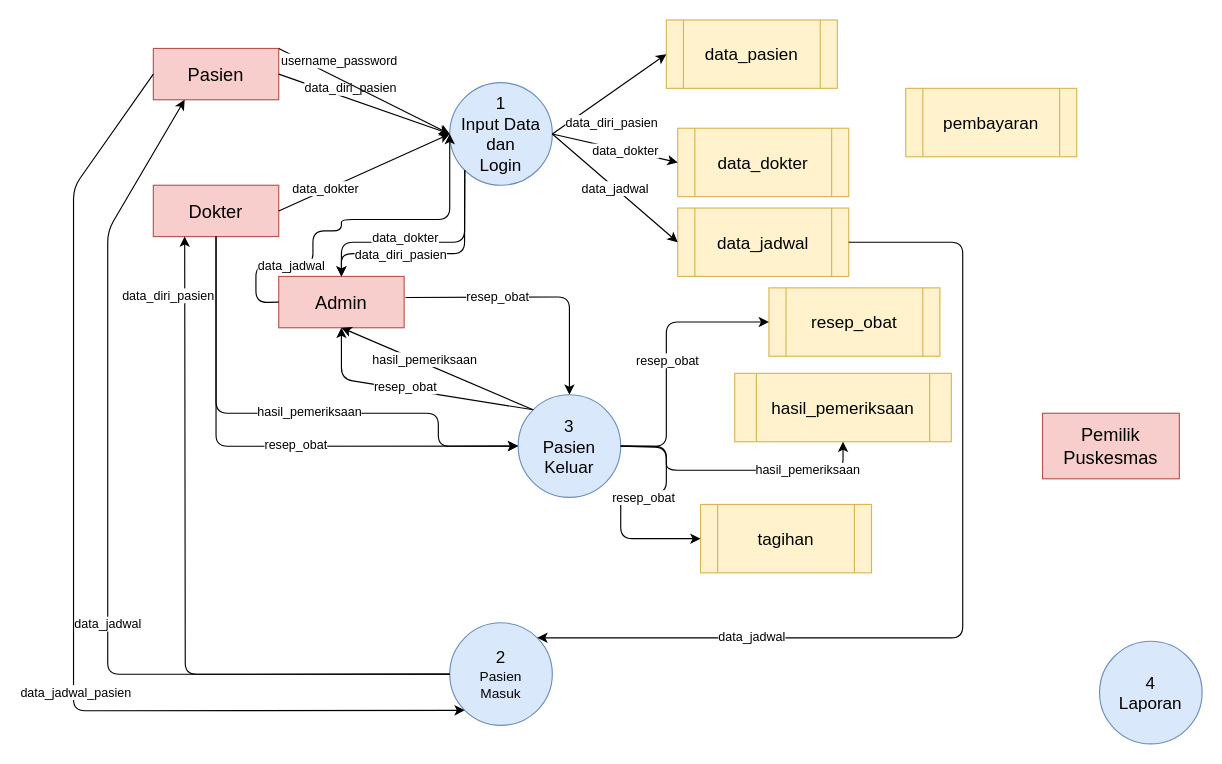
Above: Sistem Informasi Puskesmas/DFD Level 0(drawio).drawio in rshby/Belajar_Sertifikasi_System_Analist (draw.io), before the change. Source tidied: cells renumbered, new cells numbered last; positions are measured from the earlier drawing's top-left corner, leaving out a move shared by most shapes. Both pictures are drawn from the tidied source at 114%, with x=0, y=0 at pixel (73, 19).
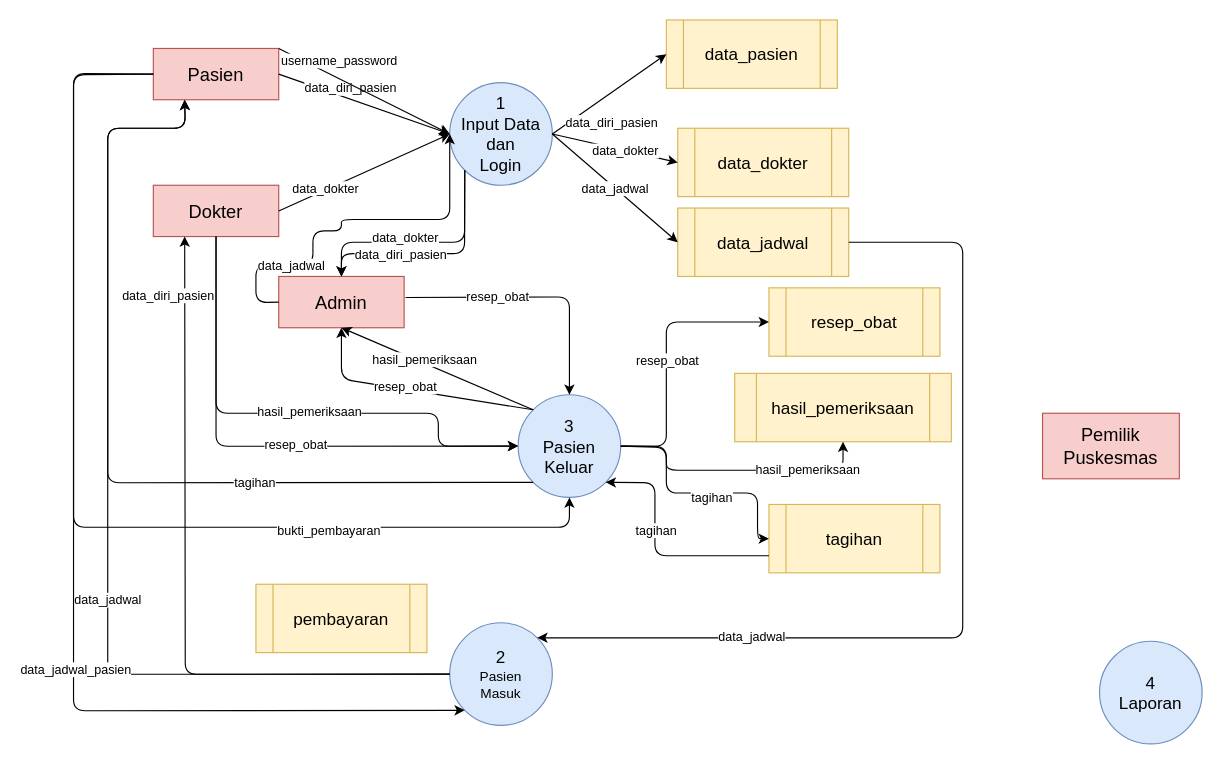
The same diagram, later.

The change refers to these unchanged cells:
```xml
<mxCell id="3" value="&lt;span style=&quot;font-size: 15px&quot;&gt;2&lt;br&gt;&lt;/span&gt;Pasien&lt;br&gt;Masuk" style="ellipse;whiteSpace=wrap;html=1;fillColor=#dae8fc;strokeColor=#6c8ebf;" parent="1" vertex="1">
  <mxGeometry x="330" y="528.8" width="90" height="90" as="geometry" />
</mxCell>
<mxCell id="4" value="&lt;span style=&quot;font-size: 15px&quot;&gt;3&lt;br&gt;Pasien&lt;br&gt;Keluar&lt;br&gt;&lt;/span&gt;" style="ellipse;whiteSpace=wrap;html=1;fillColor=#dae8fc;strokeColor=#6c8ebf;" parent="1" vertex="1">
  <mxGeometry x="390" y="328.8" width="90" height="90" as="geometry" />
</mxCell>
<mxCell id="6" value="&lt;font style=&quot;font-size: 16px&quot;&gt;Pasien&lt;/font&gt;" style="rounded=0;whiteSpace=wrap;html=1;fillColor=#f8cecc;strokeColor=#b85450;" parent="1" vertex="1">
  <mxGeometry x="70" y="25" width="110" height="45" as="geometry" />
</mxCell>
```

Diff of the diagram source:
```diff
@@
     <mxCell id="14" value="&lt;font style=&quot;font-size: 15px&quot;&gt;tagihan&lt;/font&gt;" style="shape=process;whiteSpace=wrap;html=1;backgroundOutline=1;fillColor=#fff2cc;strokeColor=#d6b656;" parent="1" vertex="1">
-      <mxGeometry x="550" y="425" width="150" height="60" as="geometry" />
+      <mxGeometry x="610" y="425" width="150" height="60" as="geometry" />
     </mxCell>
     <mxCell id="15" value="&lt;font style=&quot;font-size: 15px&quot;&gt;pembayaran&lt;/font&gt;" style="shape=process;whiteSpace=wrap;html=1;backgroundOutline=1;fillColor=#fff2cc;strokeColor=#d6b656;" parent="1" vertex="1">
-      <mxGeometry x="730" y="60" width="150" height="60" as="geometry" />
+      <mxGeometry x="160" y="495" width="150" height="60" as="geometry" />
     </mxCell>
@@
     <mxCell id="36" style="endArrow=classic;html=1;exitX=0;exitY=0.5;exitDx=0;exitDy=0;entryX=0.25;entryY=1;entryDx=0;entryDy=0;" parent="1" edge="1" source="3" target="6">
       <mxGeometry relative="1" as="geometry">
         <Array as="points">
           <mxPoint x="30" y="574" />
-          <mxPoint x="30" y="185" />
+          <mxPoint x="30" y="95" />
+          <mxPoint x="98" y="95" />
         </Array>
       </mxGeometry>
     </mxCell>
@@
     <mxCell id="38" style="endArrow=classic;html=1;exitX=0;exitY=0.5;exitDx=0;exitDy=0;entryX=0;entryY=1;entryDx=0;entryDy=0;" parent="1" edge="1" source="6" target="3">
       <mxGeometry relative="1" as="geometry">
         <Array as="points">
-          <mxPoint y="147" />
+          <mxPoint y="48" />
           <mxPoint y="606" />
         </Array>
       </mxGeometry>
     </mxCell>
@@
     <mxCell id="56" style="endArrow=classic;html=1;exitX=1;exitY=0.5;exitDx=0;exitDy=0;entryX=0;entryY=0.5;entryDx=0;entryDy=0;" parent="1" edge="1" source="4" target="14">
       <mxGeometry relative="1" as="geometry">
         <Array as="points">
           <mxPoint x="520" y="374" />
           <mxPoint x="520" y="415" />
-          <mxPoint x="480" y="415" />
-          <mxPoint x="480" y="455" />
+          <mxPoint x="600" y="415" />
+          <mxPoint x="600" y="455" />
         </Array>
       </mxGeometry>
     </mxCell>
-    <mxCell id="57" value="resep_obat" style="edgeLabel;html=1;align=center;verticalAlign=middle;" parent="56" vertex="1">
+    <mxCell id="57" value="tagihan" style="edgeLabel;html=1;align=center;verticalAlign=middle;" parent="56" vertex="1">
       <mxGeometry x="-0.23" relative="1" as="geometry">
-        <mxPoint x="-12.2" y="3.8" as="offset" />
+        <mxPoint x="40" y="3.8" as="offset" />
       </mxGeometry>
     </mxCell>
+    <mxCell id="58" style="endArrow=classic;html=1;exitX=0;exitY=0.75;exitDx=0;exitDy=0;entryX=1;entryY=1;entryDx=0;entryDy=0;" parent="1" edge="1" source="14" target="4">
+      <mxGeometry relative="1" as="geometry">
+        <Array as="points">
+          <mxPoint x="510" y="470" />
+          <mxPoint x="510" y="406" />
+        </Array>
+      </mxGeometry>
+    </mxCell>
+    <mxCell id="59" value="tagihan" style="edgeLabel;html=1;align=center;verticalAlign=middle;" parent="58" vertex="1">
+      <mxGeometry x="0.19" relative="1" as="geometry" />
+    </mxCell>
+    <mxCell id="60" style="endArrow=classic;html=1;exitX=0;exitY=1;exitDx=0;exitDy=0;entryX=0.25;entryY=1;entryDx=0;entryDy=0;" parent="1" edge="1" source="4" target="6">
+      <mxGeometry relative="1" as="geometry">
+        <Array as="points">
+          <mxPoint x="30" y="406" />
+          <mxPoint x="30" y="95" />
+          <mxPoint x="98" y="95" />
+        </Array>
+      </mxGeometry>
+    </mxCell>
+    <mxCell id="61" value="tagihan" style="edgeLabel;html=1;align=center;verticalAlign=middle;" parent="60" vertex="1">
+      <mxGeometry x="-0.37" relative="1" as="geometry" />
+    </mxCell>
+    <mxCell id="62" style="endArrow=classic;html=1;exitX=0;exitY=0.5;exitDx=0;exitDy=0;entryX=0.5;entryY=1;entryDx=0;entryDy=0;" parent="1" edge="1" source="6" target="4">
+      <mxGeometry relative="1" as="geometry">
+        <Array as="points">
+          <mxPoint y="47" />
+          <mxPoint y="445" />
+          <mxPoint x="435" y="445" />
+        </Array>
+      </mxGeometry>
+    </mxCell>
+    <mxCell id="63" value="bukti_pembayaran" style="edgeLabel;html=1;align=center;verticalAlign=middle;" parent="62" vertex="1">
+      <mxGeometry x="0.49" y="-2" relative="1" as="geometry" />
+    </mxCell>
```
